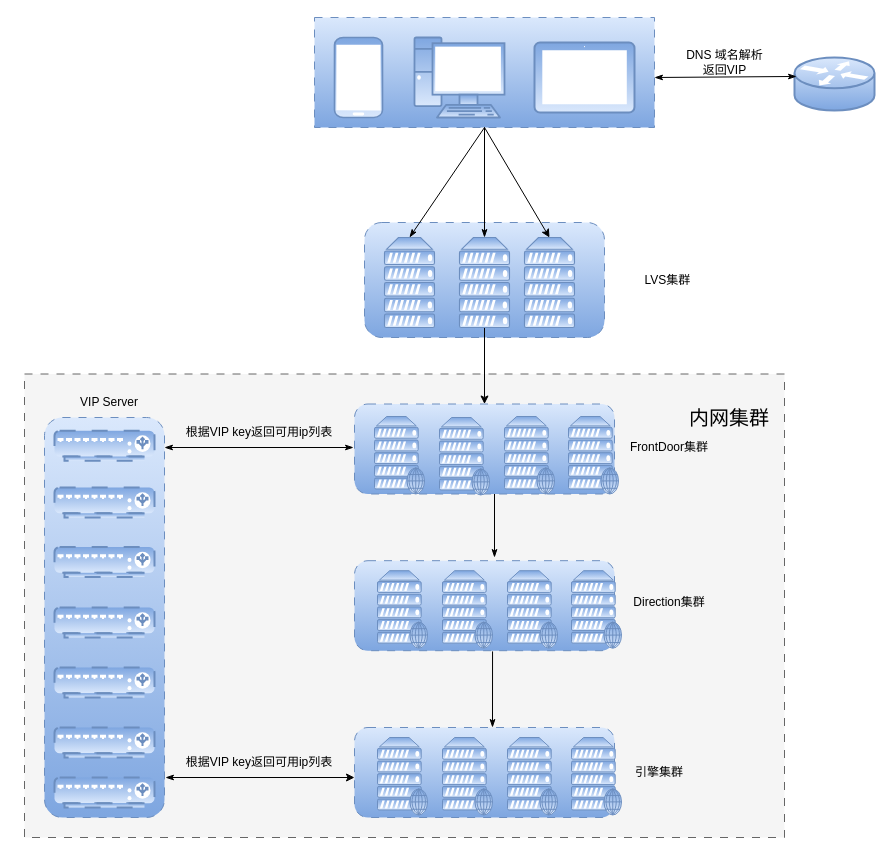
This is 未命名 (1).drawio from li782678345/tommy.github.io, a draw.io file, before an edit. Source tidied: cells renumbered, new cells numbered last; positions are measured from the earlier drawing's top-left corner, leaving out a move shared by most shapes. Both pictures are drawn from the tidied source at 100%, with x=0, y=0 at pixel (24, 17).
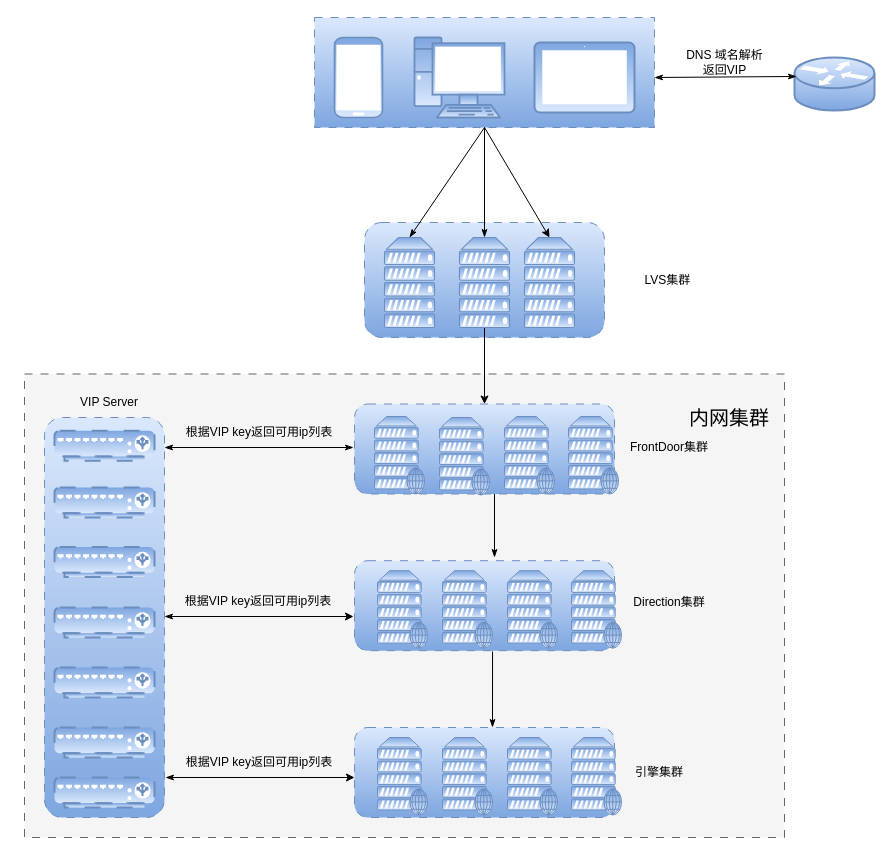
The same page after the edit.

Commit message:
更新未命名 (1).drawio

Unchanged cells that the change refers to:
```xml
<mxCell id="2" style="group;" parent="1" vertex="1">
  <mxGeometry width="850" height="820" as="geometry" />
</mxCell>
```

What changed in the source:
```diff
@@
+    <mxCell id="60" style="edgeStyle=none;rounded=0;orthogonalLoop=1;jettySize=auto;html=1;startArrow=classic;startFill=1;endArrow=classicThin;endFill=1;" parent="2" edge="1">
+      <mxGeometry relative="1" as="geometry">
+        <mxPoint x="329" y="599" as="sourcePoint" />
+        <mxPoint x="140" y="599" as="targetPoint" />
+      </mxGeometry>
+    </mxCell>
+    <mxCell id="61" value="根据VIP key返回可用ip列表" style="text;html=1;strokeColor=none;fillColor=none;align=center;verticalAlign=middle;whiteSpace=wrap;rounded=0;" parent="2" vertex="1">
+      <mxGeometry x="159" y="569" width="150" height="30" as="geometry" />
+    </mxCell>
```
